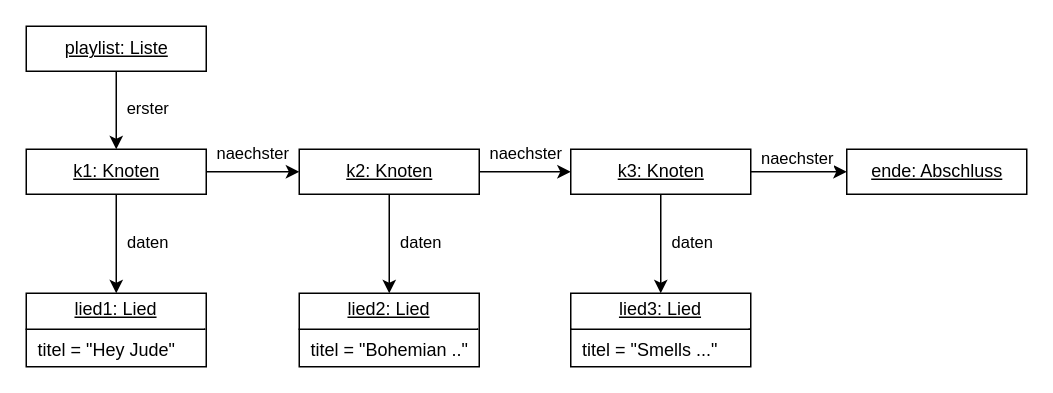
Before: page "Objektdiagramm 3 Knoten" (13 of 13) of Liste.drawio in JoernWVSG/diagram, a draw.io diagram. Source tidied: cells renumbered, new cells numbered last; positions are measured from the earlier drawing's top-left corner, leaving out a move shared by most shapes. Both pictures are drawn from the tidied source at 150%, with x=0, y=0 at pixel (26, 26).
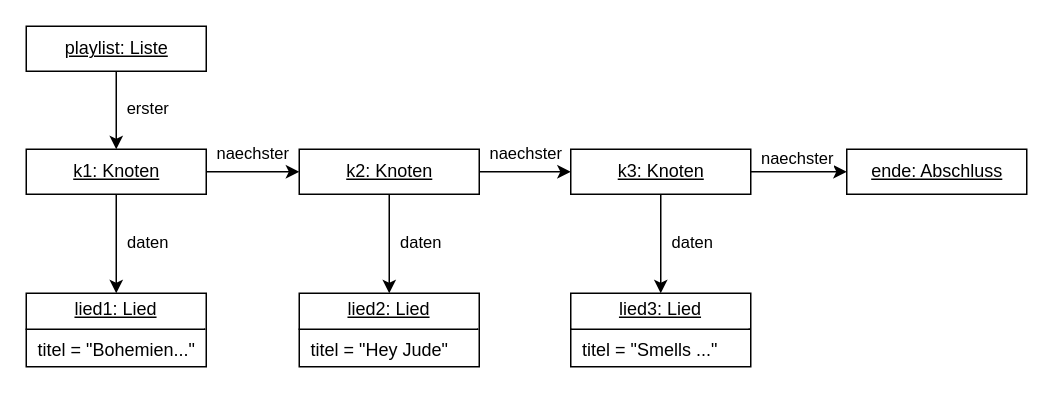
The same diagram, later.

What changed in the source:
```diff
@@
-    <mxCell id="8" value="&lt;p style=&quot;margin:0px;margin-top:4px;text-align:center;text-decoration:underline;&quot;&gt;lied1: Lied&lt;/p&gt;&lt;hr size=&quot;1&quot; style=&quot;border-style:solid;&quot;&gt;&lt;p style=&quot;margin:0px;margin-left:8px;&quot;&gt;titel = &quot;Hey Jude&quot;&lt;br&gt;&lt;/p&gt;" style="verticalAlign=top;align=left;overflow=fill;html=1;whiteSpace=wrap;" parent="1" vertex="1">
+    <mxCell id="8" value="&lt;p style=&quot;margin:0px;margin-top:4px;text-align:center;text-decoration:underline;&quot;&gt;lied1: Lied&lt;/p&gt;&lt;hr size=&quot;1&quot; style=&quot;border-style:solid;&quot;&gt;&lt;p style=&quot;margin:0px;margin-left:8px;&quot;&gt;titel = &quot;Bohemien...&quot;&lt;br&gt;&lt;/p&gt;" style="verticalAlign=top;align=left;overflow=fill;html=1;whiteSpace=wrap;" parent="1" vertex="1">
       <mxGeometry y="178" width="120" height="49" as="geometry" />
     </mxCell>
@@
-    <mxCell id="13" value="&lt;p style=&quot;margin:0px;margin-top:4px;text-align:center;text-decoration:underline;&quot;&gt;&lt;font&gt;lied2: Lied&lt;/font&gt;&lt;/p&gt;&lt;hr size=&quot;1&quot; style=&quot;border-style:solid;&quot;&gt;&lt;p style=&quot;margin:0px;margin-left:8px;&quot;&gt;&lt;font&gt;&lt;font&gt;titel = &quot;Bohemian ..&lt;/font&gt;&quot;&lt;/font&gt;&lt;br&gt;&lt;/p&gt;" style="verticalAlign=top;align=left;overflow=fill;html=1;whiteSpace=wrap;" parent="1" vertex="1">
+    <mxCell id="13" value="&lt;p style=&quot;margin:0px;margin-top:4px;text-align:center;text-decoration:underline;&quot;&gt;&lt;font&gt;lied2: Lied&lt;/font&gt;&lt;/p&gt;&lt;hr size=&quot;1&quot; style=&quot;border-style:solid;&quot;&gt;&lt;p style=&quot;margin:0px;margin-left:8px;&quot;&gt;&lt;font&gt;&lt;font&gt;titel = &quot;Hey Jude&lt;/font&gt;&quot;&lt;/font&gt;&lt;br&gt;&lt;/p&gt;" style="verticalAlign=top;align=left;overflow=fill;html=1;whiteSpace=wrap;" parent="1" vertex="1">
       <mxGeometry x="182" y="178" width="120" height="49" as="geometry" />
     </mxCell>
```
